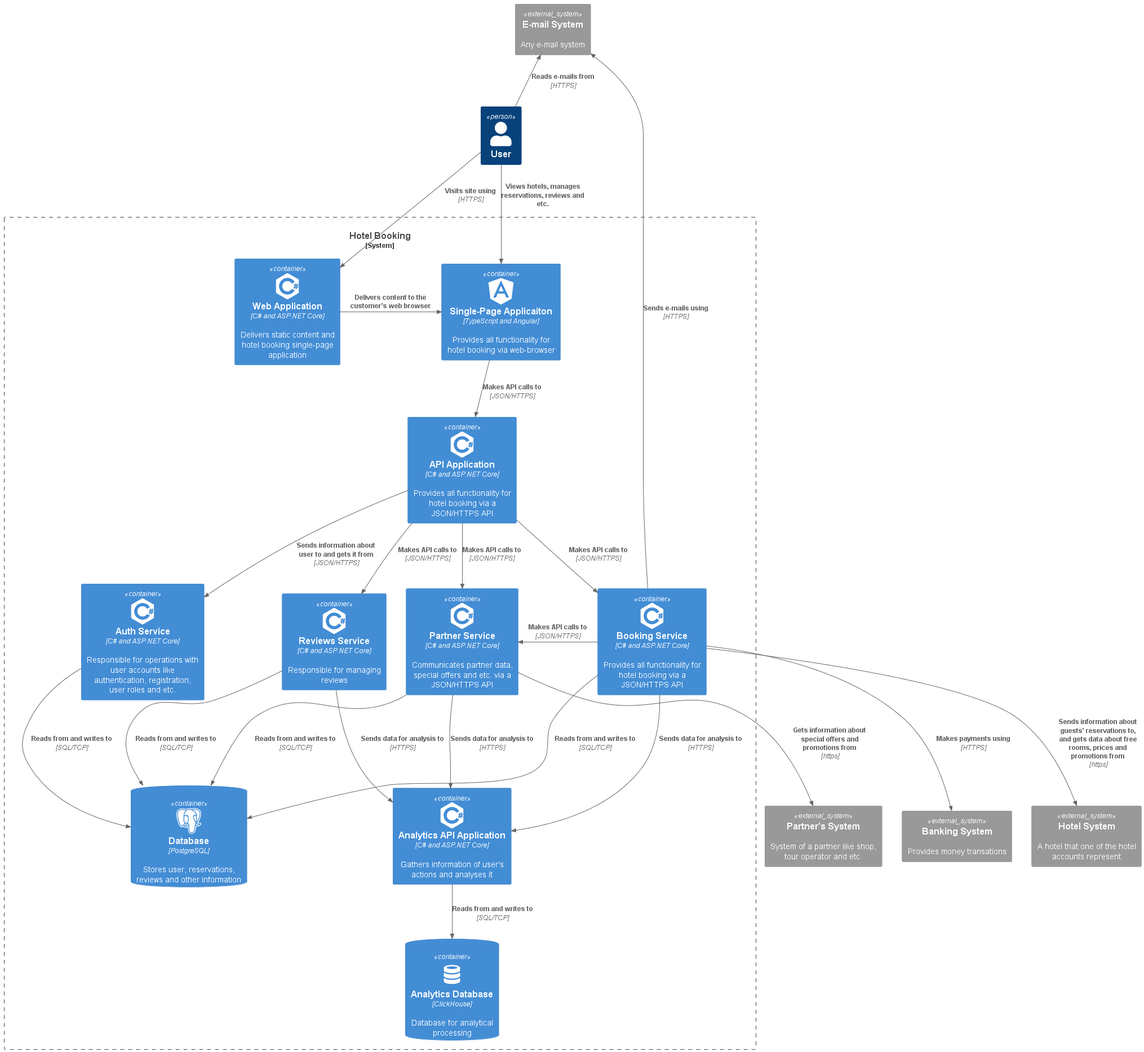
The PlantUML diagram C4/Container.png in RuprechtKraus/SPM, before a commit.
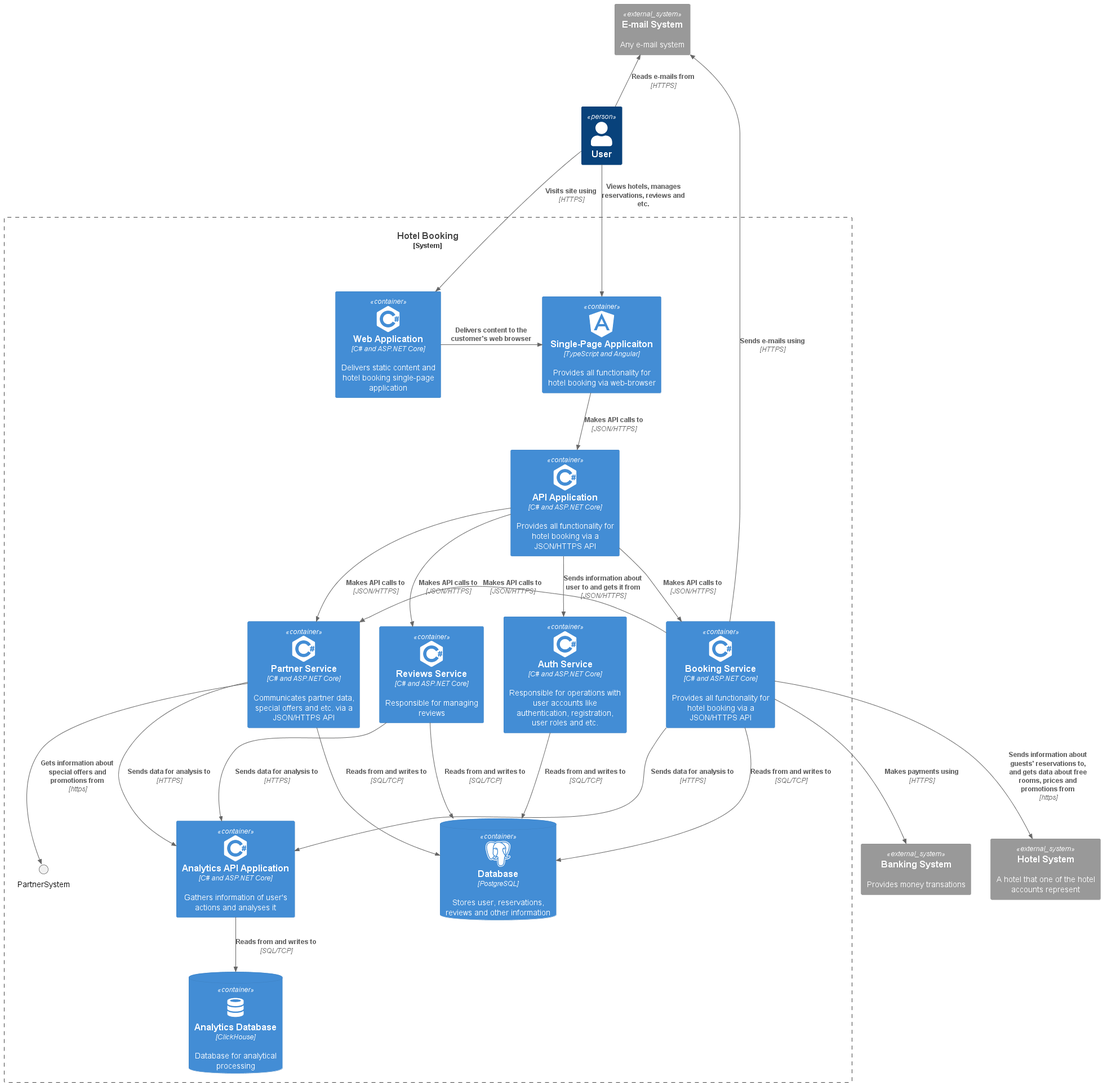
The same diagram one commit later.

Commit message:
feat: added C4 Component diagram

Change to the diagram source:
```diff
@@ -13,7 +13,6 @@
 Person(User, "User")
 
 System_Ext(BankingSystem, "Banking System", "Provides money transations")
-System_Ext(PartnerSystem, "Partner's System", "System of a partner like shop, tour operator and etc.")
 System_Ext(EmailSystem, "E-mail System", "Any e-mail system")
 System_Ext(HotelSystem, "Hotel System", "A hotel that one of the hotel accounts represent")
 
@@ -37,7 +36,6 @@
 	Container(Analytics, "Analytics API Application", "C# and ASP.NET Core", "Gathers information of user's actions and analyses it", $sprite="csharp")
 
 	ContainerDb(AnalyticsDb, "Analytics Database", "ClickHouse", "Database for analytical processing", $sprite="database")
-
 
 	Rel_R(Web, Spa, "Delivers content to the customer's web browser")
 	Rel_L(Booking, PartnerService, "Makes API calls to", "JSON/HTTPS")
```
